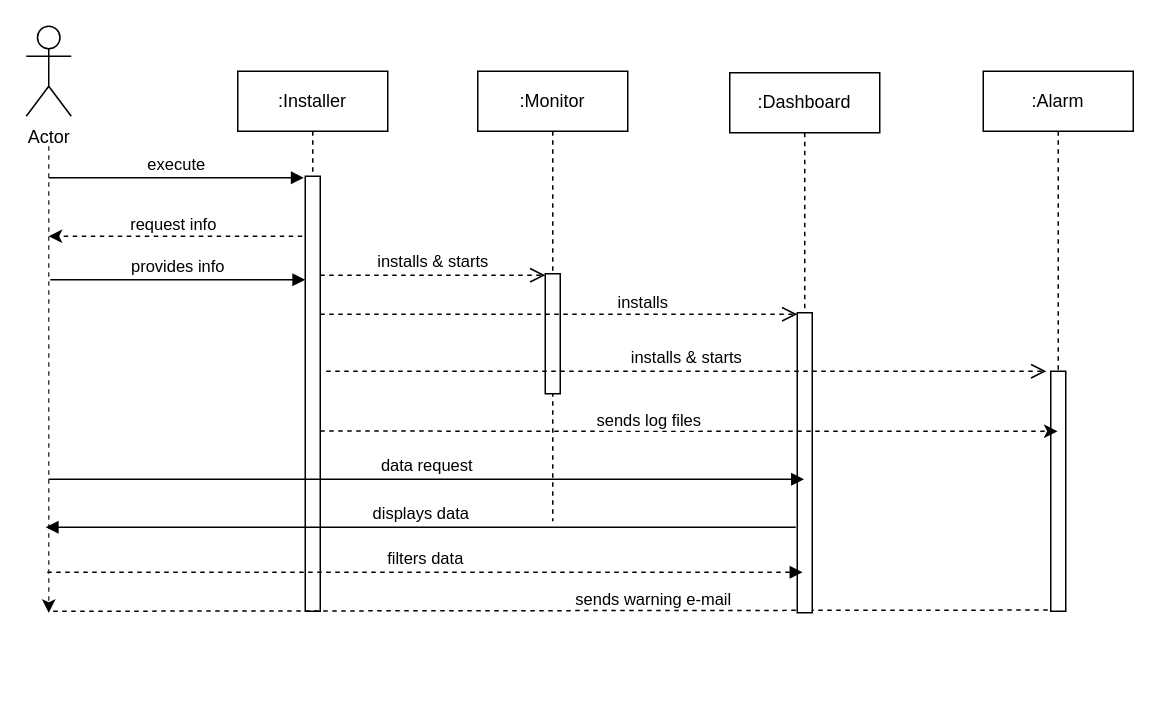
Above: UML Sequenzdiagramm/sequenzdiagramm V2.0.drawio in Tobalix/LF08-Monitoring (draw.io), before the change. Source tidied: cells renumbered, new cells numbered last; positions are measured from the earlier drawing's top-left corner, leaving out a move shared by most shapes. Both pictures are drawn from the tidied source at 150%, with x=0, y=0 at pixel (26, 26).
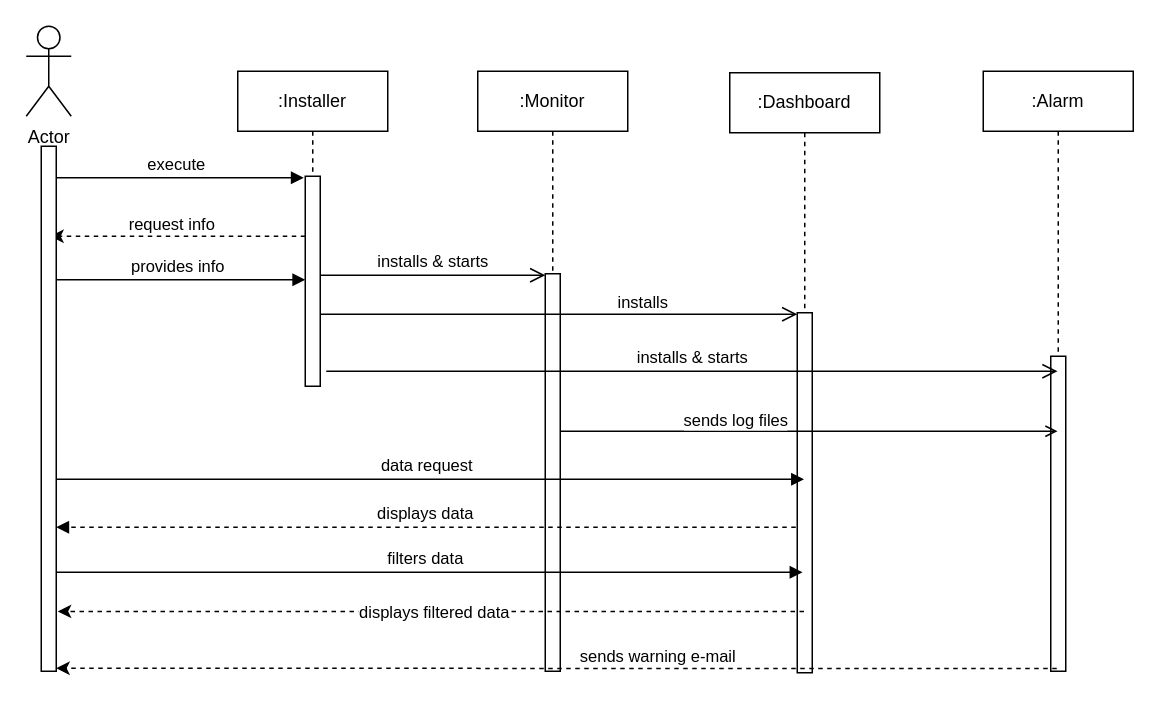
Above is the later version.

The edit, as a diff of the source:
```diff
@@
+    <mxCell id="6" value=":Monitor" style="shape=umlLifeline;perimeter=lifelinePerimeter;whiteSpace=wrap;html=1;newEdgeStyle={&quot;edgeStyle&quot;:&quot;elbowEdgeStyle&quot;,&quot;elbow&quot;:&quot;vertical&quot;,&quot;curved&quot;:0,&quot;rounded&quot;:0};" parent="1" vertex="1">
+      <mxGeometry x="301" y="30" width="100" height="400" as="geometry" />
+    </mxCell>
+    <mxCell id="7" style="html=1;points=[];perimeter=orthogonalPerimeter;outlineConnect=0;targetShapes=umlLifeline;portConstraint=eastwest;newEdgeStyle={&quot;edgeStyle&quot;:&quot;elbowEdgeStyle&quot;,&quot;elbow&quot;:&quot;vertical&quot;,&quot;curved&quot;:0,&quot;rounded&quot;:0};" parent="6" vertex="1">
+      <mxGeometry x="45" y="135" width="10" height="265" as="geometry" />
+    </mxCell>
     <mxCell id="2" value=":Installer" style="shape=umlLifeline;perimeter=lifelinePerimeter;whiteSpace=wrap;html=1;newEdgeStyle={&quot;edgeStyle&quot;:&quot;elbowEdgeStyle&quot;,&quot;elbow&quot;:&quot;vertical&quot;,&quot;curved&quot;:0,&quot;rounded&quot;:0};" parent="1" vertex="1">
-      <mxGeometry x="141" y="30" width="100" height="360" as="geometry" />
+      <mxGeometry x="141" y="30" width="100" height="210" as="geometry" />
     </mxCell>
+    <mxCell id="5" style="html=1;perimeter=orthogonalPerimeter;targetShapes=umlLifeline;newEdgeStyle={&quot;edgeStyle&quot;:&quot;elbowEdgeStyle&quot;,&quot;elbow&quot;:&quot;vertical&quot;,&quot;curved&quot;:0,&quot;rounded&quot;:0};" parent="2" vertex="1">
+      <mxGeometry x="45" y="70" width="10" height="140" as="geometry" />
+    </mxCell>
     <mxCell id="3" style="edgeStyle=elbowEdgeStyle;rounded=0;orthogonalLoop=1;jettySize=auto;html=1;elbow=vertical;curved=0;dashed=1;" parent="2" edge="1">
       <mxGeometry relative="1" as="geometry">
-        <mxPoint x="49" y="110" as="sourcePoint" />
-        <mxPoint x="-126" y="110" as="targetPoint" />
+        <mxPoint x="45" y="110" as="sourcePoint" />
+        <mxPoint x="-125" y="110" as="targetPoint" />
+        <Array as="points">
+          <mxPoint x="30" y="110" />
+        </Array>
       </mxGeometry>
     </mxCell>
@@
-    <mxCell id="5" style="html=1;perimeter=orthogonalPerimeter;targetShapes=umlLifeline;newEdgeStyle={&quot;edgeStyle&quot;:&quot;elbowEdgeStyle&quot;,&quot;elbow&quot;:&quot;vertical&quot;,&quot;curved&quot;:0,&quot;rounded&quot;:0};" parent="2" vertex="1">
-      <mxGeometry x="45" y="70" width="10" height="290" as="geometry" />
-    </mxCell>
-    <mxCell id="6" value=":Monitor" style="shape=umlLifeline;perimeter=lifelinePerimeter;whiteSpace=wrap;html=1;newEdgeStyle={&quot;edgeStyle&quot;:&quot;elbowEdgeStyle&quot;,&quot;elbow&quot;:&quot;vertical&quot;,&quot;curved&quot;:0,&quot;rounded&quot;:0};" parent="1" vertex="1">
-      <mxGeometry x="301" y="30" width="100" height="300" as="geometry" />
-    </mxCell>
-    <mxCell id="7" style="html=1;points=[];perimeter=orthogonalPerimeter;outlineConnect=0;targetShapes=umlLifeline;portConstraint=eastwest;newEdgeStyle={&quot;edgeStyle&quot;:&quot;elbowEdgeStyle&quot;,&quot;elbow&quot;:&quot;vertical&quot;,&quot;curved&quot;:0,&quot;rounded&quot;:0};" parent="6" vertex="1">
-      <mxGeometry x="45" y="135" width="10" height="80" as="geometry" />
-    </mxCell>
-    <mxCell id="8" value="installs" style="html=1;verticalAlign=bottom;endArrow=open;dashed=1;endSize=8;edgeStyle=elbowEdgeStyle;elbow=vertical;curved=0;rounded=0;" parent="1" edge="1">
+    <mxCell id="8" value="installs" style="html=1;verticalAlign=bottom;endArrow=open;endSize=8;edgeStyle=elbowEdgeStyle;elbow=vertical;curved=0;rounded=0;" parent="1" edge="1">
       <mxGeometry x="0.35" y="-1" relative="1" as="geometry">
         <mxPoint x="196" y="192" as="sourcePoint" />
         <mxPoint x="514" y="192" as="targetPoint" />
         <Array as="points">
           <mxPoint x="281" y="192" />
         </Array>
       </mxGeometry>
     </mxCell>
-    <mxCell id="9" style="edgeStyle=none;rounded=0;html=1;jettySize=auto;orthogonalLoop=1;strokeColor=#404040;strokeWidth=1;fontColor=#000000;jumpStyle=none;endArrow=none;endFill=0;startArrow=none;dashed=1;" parent="1" edge="1">
+    <mxCell id="9" style="edgeStyle=none;rounded=0;html=1;jettySize=auto;strokeColor=#404040;strokeWidth=1;fontColor=#000000;jumpStyle=none;endArrow=none;endFill=0;startArrow=none;dashed=1;" parent="1" edge="1" source="27">
       <mxGeometry relative="1" as="geometry">
-        <mxPoint x="15" y="80" as="sourcePoint" />
         <mxPoint x="15" y="390" as="targetPoint" />
       </mxGeometry>
     </mxCell>
@@
     <mxCell id="11" value=":Alarm" style="shape=umlLifeline;perimeter=lifelinePerimeter;whiteSpace=wrap;html=1;outlineConnect=0;portConstraint=eastwest;newEdgeStyle={&quot;edgeStyle&quot;:&quot;elbowEdgeStyle&quot;,&quot;elbow&quot;:&quot;vertical&quot;,&quot;curved&quot;:0,&quot;rounded&quot;:0};" parent="1" vertex="1">
-      <mxGeometry x="638" y="30" width="100" height="360" as="geometry" />
+      <mxGeometry x="638" y="30" width="100" height="400" as="geometry" />
     </mxCell>
-    <mxCell id="12" style="edgeStyle=elbowEdgeStyle;rounded=0;orthogonalLoop=1;jettySize=auto;html=1;elbow=vertical;curved=0;dashed=1;" parent="11" edge="1">
-      <mxGeometry relative="1" as="geometry">
-        <mxPoint x="49" y="359.2" as="sourcePoint" />
-        <mxPoint x="-623" y="361" as="targetPoint" />
-      </mxGeometry>
-    </mxCell>
-    <mxCell id="13" value="sends warning e-mail" style="edgeLabel;html=1;align=center;verticalAlign=middle;" parent="12" vertex="1">
-      <mxGeometry x="-0.2" y="1" relative="1" as="geometry">
-        <mxPoint y="-10" as="offset" />
-      </mxGeometry>
-    </mxCell>
     <mxCell id="14" style="html=1;perimeter=orthogonalPerimeter;targetShapes=umlLifeline;newEdgeStyle={&quot;edgeStyle&quot;:&quot;elbowEdgeStyle&quot;,&quot;elbow&quot;:&quot;vertical&quot;,&quot;curved&quot;:0,&quot;rounded&quot;:0};" parent="11" vertex="1">
-      <mxGeometry x="45" y="200" width="10" height="160" as="geometry" />
+      <mxGeometry x="45" y="190" width="10" height="210" as="geometry" />
     </mxCell>
@@
     <mxCell id="16" value=":Dashboard" style="shape=umlLifeline;perimeter=lifelinePerimeter;whiteSpace=wrap;html=1;outlineConnect=0;portConstraint=eastwest;newEdgeStyle={&quot;edgeStyle&quot;:&quot;elbowEdgeStyle&quot;,&quot;elbow&quot;:&quot;vertical&quot;,&quot;curved&quot;:0,&quot;rounded&quot;:0};" parent="1" vertex="1">
-      <mxGeometry x="469" y="31" width="100" height="360" as="geometry" />
+      <mxGeometry x="469" y="31" width="100" height="400" as="geometry" />
     </mxCell>
     <mxCell id="17" style="html=1;perimeter=orthogonalPerimeter;targetShapes=umlLifeline;newEdgeStyle={&quot;edgeStyle&quot;:&quot;elbowEdgeStyle&quot;,&quot;elbow&quot;:&quot;vertical&quot;,&quot;curved&quot;:0,&quot;rounded&quot;:0};" parent="16" vertex="1">
-      <mxGeometry x="45" y="160" width="10" height="200" as="geometry" />
+      <mxGeometry x="45" y="160" width="10" height="240" as="geometry" />
     </mxCell>
-    <mxCell id="18" value="installs &amp;amp; starts" style="html=1;verticalAlign=bottom;endArrow=open;dashed=1;endSize=8;edgeStyle=elbowEdgeStyle;elbow=vertical;curved=0;rounded=0;" parent="1" edge="1">
+    <mxCell id="18" value="installs &amp;amp; starts" style="html=1;verticalAlign=bottom;endArrow=open;endSize=8;edgeStyle=elbowEdgeStyle;elbow=vertical;curved=0;rounded=0;" parent="1" edge="1" target="11">
       <mxGeometry relative="1" as="geometry">
         <mxPoint x="200" y="230" as="sourcePoint" />
-        <mxPoint x="680" y="230" as="targetPoint" />
-        <Array as="points">
-          <mxPoint x="280" y="230" />
-        </Array>
       </mxGeometry>
     </mxCell>
-    <mxCell id="19" value="displays data" style="html=1;verticalAlign=bottom;endArrow=block;edgeStyle=elbowEdgeStyle;elbow=vertical;curved=0;rounded=0;" parent="1" edge="1">
+    <mxCell id="19" value="displays data" style="html=1;verticalAlign=bottom;endArrow=block;edgeStyle=elbowEdgeStyle;elbow=vertical;curved=0;rounded=0;dashed=1;" parent="1" edge="1" target="27">
       <mxGeometry relative="1" as="geometry">
         <mxPoint x="513" y="334" as="sourcePoint" />
-        <mxPoint x="13" y="334" as="targetPoint" />
       </mxGeometry>
     </mxCell>
-    <mxCell id="20" value="filters data" style="html=1;verticalAlign=bottom;endArrow=block;edgeStyle=elbowEdgeStyle;elbow=vertical;curved=0;rounded=0;dashed=1;" parent="1" edge="1">
+    <mxCell id="20" value="filters data" style="html=1;verticalAlign=bottom;endArrow=block;edgeStyle=elbowEdgeStyle;elbow=vertical;curved=0;rounded=0;" parent="1" edge="1">
       <mxGeometry relative="1" as="geometry">
         <mxPoint x="14" y="364" as="sourcePoint" />
         <mxPoint x="517.5" y="364" as="targetPoint" />
         <Array as="points">
           <mxPoint x="109" y="364" />
         </Array>
       </mxGeometry>
     </mxCell>
@@
-    <mxCell id="22" value="installs &amp;amp; starts" style="html=1;verticalAlign=bottom;endArrow=open;dashed=1;endSize=8;edgeStyle=elbowEdgeStyle;elbow=vertical;curved=0;rounded=0;" parent="1" edge="1">
+    <mxCell id="22" value="installs &amp;amp; starts" style="html=1;verticalAlign=bottom;endArrow=open;endSize=8;edgeStyle=elbowEdgeStyle;elbow=vertical;curved=0;rounded=0;" parent="1" edge="1">
       <mxGeometry relative="1" as="geometry">
         <mxPoint x="196" y="166" as="sourcePoint" />
         <mxPoint x="346" y="166" as="targetPoint" />
         <Array as="points">
           <mxPoint x="276" y="166" />
         </Array>
       </mxGeometry>
     </mxCell>
@@
-    <mxCell id="24" style="edgeStyle=elbowEdgeStyle;rounded=0;orthogonalLoop=1;jettySize=auto;html=1;elbow=vertical;curved=0;dashed=1;" parent="1" edge="1">
+    <mxCell id="24" style="edgeStyle=elbowEdgeStyle;rounded=0;jettySize=auto;html=1;elbow=vertical;curved=0;endArrow=open;endFill=0;" parent="1" edge="1" source="7">
       <mxGeometry relative="1" as="geometry">
-        <mxPoint x="196" y="269.9" as="sourcePoint" />
         <mxPoint x="687.5" y="269.9" as="targetPoint" />
       </mxGeometry>
     </mxCell>
     <mxCell id="25" value="sends log files" style="edgeLabel;html=1;align=center;verticalAlign=middle;" parent="24" vertex="1">
       <mxGeometry x="-0.11" y="1" relative="1" as="geometry">
-        <mxPoint y="-7" as="offset" />
+        <mxPoint x="-32" y="-7" as="offset" />
       </mxGeometry>
     </mxCell>
+    <mxCell id="26" style="edgeStyle=none;rounded=0;html=1;jettySize=auto;strokeColor=#404040;strokeWidth=1;fontColor=#000000;jumpStyle=none;endArrow=none;endFill=0;startArrow=none;dashed=1;" parent="1" edge="1" target="27">
+      <mxGeometry relative="1" as="geometry">
+        <mxPoint x="15" y="80" as="sourcePoint" />
+      </mxGeometry>
+    </mxCell>
+    <mxCell id="27" style="html=1;points=[];perimeter=orthogonalPerimeter;outlineConnect=0;targetShapes=umlLifeline;portConstraint=eastwest;newEdgeStyle={&quot;edgeStyle&quot;:&quot;elbowEdgeStyle&quot;,&quot;elbow&quot;:&quot;vertical&quot;,&quot;curved&quot;:0,&quot;rounded&quot;:0};" parent="1" vertex="1">
+      <mxGeometry x="10" y="80" width="10" height="350" as="geometry" />
+    </mxCell>
+    <mxCell id="12" style="edgeStyle=elbowEdgeStyle;rounded=0;jettySize=auto;html=1;elbow=vertical;curved=0;dashed=1;" parent="1" edge="1" target="27">
+      <mxGeometry relative="1" as="geometry">
+        <mxPoint x="687" y="428.2" as="sourcePoint" />
+      </mxGeometry>
+    </mxCell>
+    <mxCell id="13" value="sends warning e-mail" style="edgeLabel;html=1;align=center;verticalAlign=middle;" parent="12" vertex="1">
+      <mxGeometry x="-0.2" y="1" relative="1" as="geometry">
+        <mxPoint y="-10" as="offset" />
+      </mxGeometry>
+    </mxCell>
+    <mxCell id="28" style="endArrow=classic;html=1;rounded=0;entryX=1.1;entryY=0.886;entryDx=0;entryDy=0;entryPerimeter=0;dashed=1;" parent="1" edge="1" source="16" target="27">
+      <mxGeometry relative="1" as="geometry" />
+    </mxCell>
+    <mxCell id="29" value="displays filtered data" style="edgeLabel;html=1;align=center;verticalAlign=middle;" parent="28" vertex="1">
+      <mxGeometry x="-0.16" relative="1" as="geometry">
+        <mxPoint x="-38" as="offset" />
+      </mxGeometry>
+    </mxCell>
```
